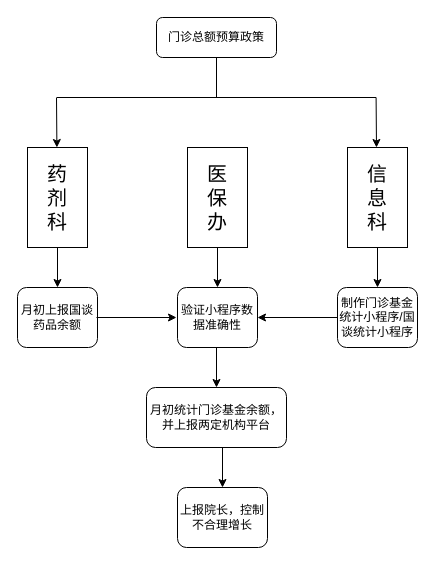
Before: 未命名绘图.drawio in dayflex/ant-learn-pandas, a draw.io diagram. Source tidied: cells renumbered, new cells numbered last; positions are measured from the earlier drawing's top-left corner, leaving out a move shared by most shapes. Both pictures are drawn from the tidied source at 100%, with x=0, y=0 at pixel (17, 17).
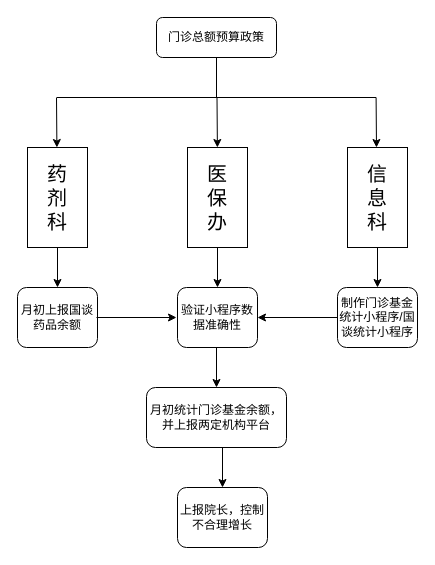
The same diagram, later.

Commit message:
门诊总额预算政策.drawio

The change refers to these unchanged cells:
```xml
<mxCell id="3" style="group;" parent="1" vertex="1">
  <mxGeometry x="39" y="40" width="320" height="90" as="geometry" />
</mxCell>
```

What changed in the source:
```diff
@@
+    <mxCell id="28" style="endArrow=classic;html=1;rounded=0;" parent="3" edge="1">
+      <mxGeometry relative="1" as="geometry">
+        <mxPoint x="160.5" y="40" as="sourcePoint" />
+        <mxPoint x="160.9" y="90" as="targetPoint" />
+      </mxGeometry>
+    </mxCell>
```
